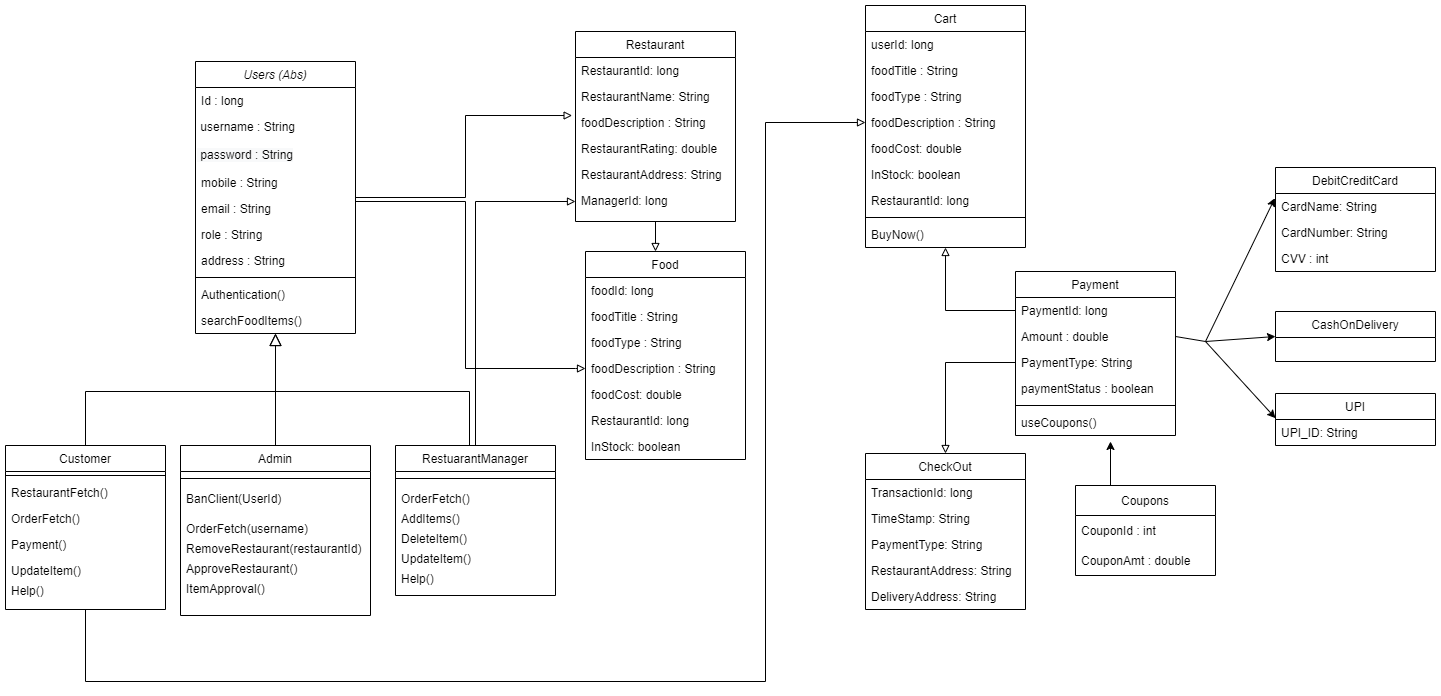
The draw.io diagram Diagrams/Class Diagram.png in gptshubham595/KhanaKhazana, before a commit. Source tidied: cells renumbered, new cells last; positions are measured from the earlier drawing's top-left corner, leaving out a move shared by most shapes.
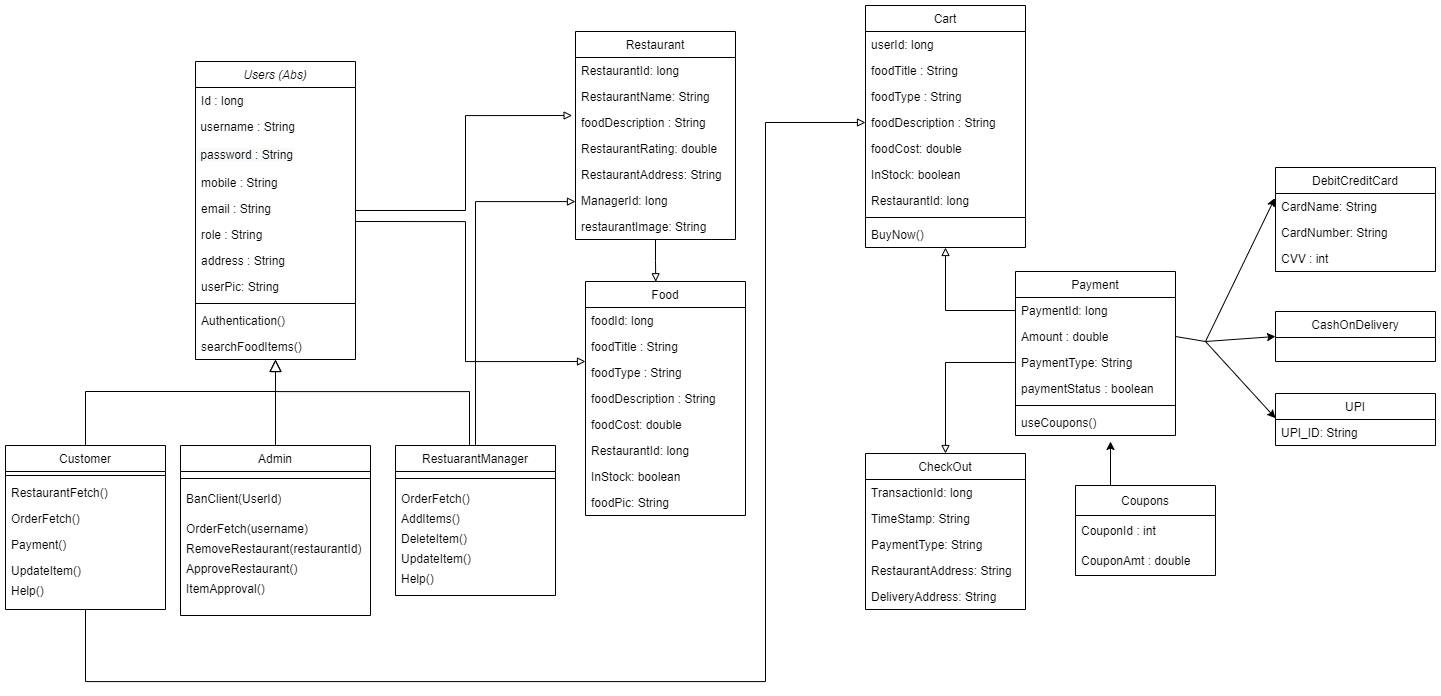
The same file after the commit.

Change to the diagram source:
```diff
@@ -6,7 +6,7 @@
       <mxGeometry relative="1" as="geometry" />
     </mxCell>
     <mxCell id="3" value="Users (Abs)" style="swimlane;fontStyle=2;align=center;verticalAlign=top;horizontal=1;startSize=26;rounded=0;shadow=0;strokeWidth=1;" parent="1" vertex="1">
-      <mxGeometry x="190" y="56" width="160" height="272" as="geometry" />
+      <mxGeometry x="190" y="56" width="160" height="298" as="geometry" />
     </mxCell>
     <mxCell id="4" value="Id : long" style="text;align=left;verticalAlign=top;spacingLeft=4;spacingRight=4;overflow=hidden;" parent="3" vertex="1">
       <mxGeometry y="26" width="160" height="26" as="geometry" />
@@ -29,14 +29,17 @@
     <mxCell id="10" value="address : String" style="text;align=left;verticalAlign=top;spacingLeft=4;spacingRight=4;overflow=hidden;rounded=0;shadow=0;html=0;" parent="3" vertex="1">
       <mxGeometry y="186" width="160" height="26" as="geometry" />
     </mxCell>
+    <mxCell id="96" value="userPic: String" style="text;align=left;verticalAlign=top;spacingLeft=4;spacingRight=4;overflow=hidden;" parent="3" vertex="1">
+      <mxGeometry y="212" width="160" height="26" as="geometry" />
+    </mxCell>
     <mxCell id="11" style="line;html=1;strokeWidth=1;align=left;verticalAlign=middle;spacingTop=-1;spacingLeft=3;spacingRight=3;labelPosition=right;" parent="3" vertex="1">
-      <mxGeometry y="212" width="160" height="8" as="geometry" />
+      <mxGeometry y="238" width="160" height="8" as="geometry" />
     </mxCell>
     <mxCell id="12" value="Authentication()" style="text;align=left;verticalAlign=top;spacingLeft=4;spacingRight=4;overflow=hidden;" parent="3" vertex="1">
-      <mxGeometry y="220" width="160" height="26" as="geometry" />
+      <mxGeometry y="246" width="160" height="26" as="geometry" />
     </mxCell>
     <mxCell id="13" value="searchFoodItems()" style="text;align=left;verticalAlign=top;spacingLeft=4;spacingRight=4;overflow=hidden;" parent="3" vertex="1">
-      <mxGeometry y="246" width="160" height="26" as="geometry" />
+      <mxGeometry y="272" width="160" height="26" as="geometry" />
     </mxCell>
     <mxCell id="14" style="edgeStyle=orthogonalEdgeStyle;rounded=0;jettySize=auto;html=1;startArrow=none;startFill=0;endArrow=block;endFill=0;" parent="1" edge="1" source="15" target="53">
       <mxGeometry relative="1" as="geometry">
@@ -100,7 +103,7 @@
       <mxGeometry relative="1" as="geometry" />
     </mxCell>
     <mxCell id="31" value="Food" style="swimlane;fontStyle=0;align=center;verticalAlign=top;horizontal=1;startSize=26;rounded=0;shadow=0;strokeWidth=1;" parent="1" vertex="1">
-      <mxGeometry x="580" y="246" width="160" height="208" as="geometry" />
+      <mxGeometry x="580" y="276" width="160" height="234" as="geometry" />
     </mxCell>
     <mxCell id="32" value="foodId: long" style="text;align=left;verticalAlign=top;spacingLeft=4;spacingRight=4;overflow=hidden;" parent="31" vertex="1">
       <mxGeometry y="26" width="160" height="26" as="geometry" />
@@ -123,6 +126,9 @@
     <mxCell id="38" value="InStock: boolean" style="text;align=left;verticalAlign=top;spacingLeft=4;spacingRight=4;overflow=hidden;" parent="31" vertex="1">
       <mxGeometry y="182" width="160" height="26" as="geometry" />
     </mxCell>
+    <mxCell id="97" value="foodPic: String" style="text;align=left;verticalAlign=top;spacingLeft=4;spacingRight=4;overflow=hidden;" parent="31" vertex="1">
+      <mxGeometry y="208" width="160" height="26" as="geometry" />
+    </mxCell>
     <mxCell id="39" style="edgeStyle=orthogonalEdgeStyle;rounded=0;jettySize=auto;html=1;endArrow=none;endFill=0;exitX=0.563;exitY=0.023;exitDx=0;exitDy=0;exitPerimeter=0;" parent="1" edge="1" source="41">
       <mxGeometry relative="1" as="geometry">
         <mxPoint x="270" y="366" as="targetPoint" />
@@ -212,13 +218,11 @@
     <mxCell id="64" value="DeliveryAddress: String" style="text;align=left;verticalAlign=top;spacingLeft=4;spacingRight=4;overflow=hidden;" parent="59" vertex="1">
       <mxGeometry y="130" width="160" height="26" as="geometry" />
     </mxCell>
-    <mxCell id="65" style="edgeStyle=orthogonalEdgeStyle;rounded=0;jettySize=auto;html=1;startArrow=none;startFill=0;endArrow=block;endFill=0;" parent="1" edge="1" source="66">
-      <mxGeometry relative="1" as="geometry">
-        <mxPoint x="650" y="246" as="targetPoint" />
-      </mxGeometry>
+    <mxCell id="65" style="edgeStyle=orthogonalEdgeStyle;rounded=0;jettySize=auto;html=1;startArrow=none;startFill=0;endArrow=block;endFill=0;entryX=0.439;entryY=0.001;entryDx=0;entryDy=0;entryPerimeter=0;" parent="1" edge="1" source="66" target="31">
+      <mxGeometry relative="1" as="geometry" />
     </mxCell>
     <mxCell id="66" value="Restaurant" style="swimlane;fontStyle=0;align=center;verticalAlign=top;horizontal=1;startSize=26;rounded=0;shadow=0;strokeWidth=1;" parent="1" vertex="1">
-      <mxGeometry x="570" y="26" width="160" height="190" as="geometry" />
+      <mxGeometry x="570" y="26" width="160" height="208" as="geometry" />
     </mxCell>
     <mxCell id="67" value="RestaurantId: long" style="text;align=left;verticalAlign=top;spacingLeft=4;spacingRight=4;overflow=hidden;" parent="66" vertex="1">
       <mxGeometry y="26" width="160" height="26" as="geometry" />
@@ -238,6 +242,9 @@
     <mxCell id="72" value="ManagerId: long" style="text;align=left;verticalAlign=top;spacingLeft=4;spacingRight=4;overflow=hidden;points=[[0,0.5],[1,0.5]];portConstraint=eastwest;" parent="66" vertex="1">
       <mxGeometry y="156" width="160" height="26" as="geometry" />
     </mxCell>
+    <mxCell id="98" value="restaurantImage: String" style="text;align=left;verticalAlign=top;spacingLeft=4;spacingRight=4;overflow=hidden;" parent="66" vertex="1">
+      <mxGeometry y="182" width="160" height="26" as="geometry" />
+    </mxCell>
     <mxCell id="73" value="Payment" style="swimlane;fontStyle=0;align=center;verticalAlign=top;horizontal=1;startSize=26;rounded=0;shadow=0;strokeWidth=1;" parent="1" vertex="1">
       <mxGeometry x="1010" y="266" width="160" height="164" as="geometry" />
     </mxCell>
@@ -304,12 +311,12 @@
         <mxPoint x="1200" y="336" as="sourcePoint" />
       </mxGeometry>
     </mxCell>
-    <mxCell id="91" style="edgeStyle=orthogonalEdgeStyle;rounded=0;jettySize=auto;html=1;startArrow=none;startFill=0;endArrow=block;endFill=0;entryX=0;entryY=0.5;entryDx=0;entryDy=0;" parent="1" edge="1" source="8" target="35">
+    <mxCell id="91" style="edgeStyle=orthogonalEdgeStyle;rounded=0;jettySize=auto;html=1;startArrow=none;startFill=0;endArrow=block;endFill=0;" parent="1" edge="1" source="8">
       <mxGeometry relative="1" as="geometry">
+        <mxPoint x="580" y="356" as="targetPoint" />
         <Array as="points">
-          <mxPoint x="460" y="196" />
-          <mxPoint x="460" y="363" />
-          <mxPoint x="570" y="363" />
+          <mxPoint x="460" y="216" />
+          <mxPoint x="460" y="356" />
         </Array>
       </mxGeometry>
     </mxCell>
```
